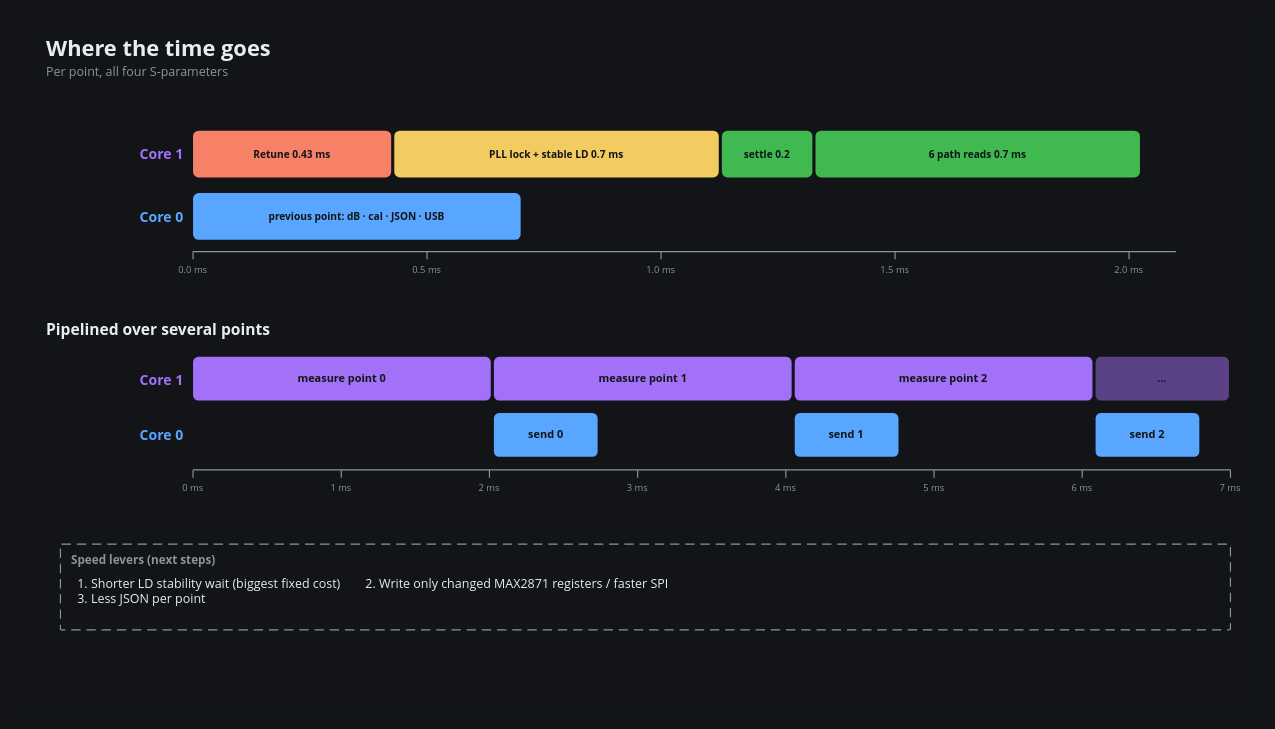
Earlier version of the draw.io diagram docs/presentation/diagrams/fw-06-point-timing.drawio (ml3rc/SNA). Source tidied: cells renumbered, new cells numbered last; positions are measured from the earlier drawing's top-left corner, leaving out a move shared by most shapes. Both pictures are drawn from the tidied source at 78%, with x=0, y=0 at pixel (13, 13).
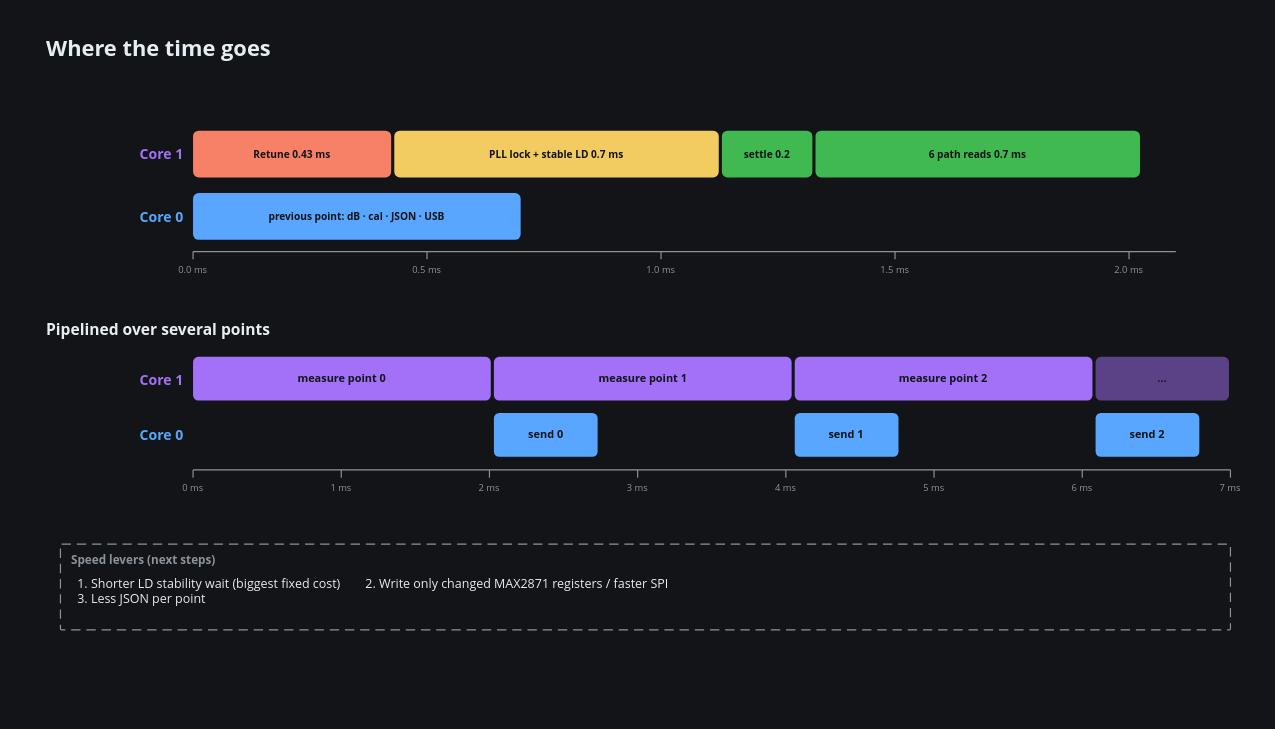
The same page after the edit.

What changed in the source:
```diff
@@
-    <mxCell id="5" value="Per point, all four S-parameters" style="text;html=1;whiteSpace=wrap;strokeColor=none;fillColor=none;fontColor=#8B949E;fontFamily=Segoe UI;fontSize=16;fontStyle=0;align=left;verticalAlign=middle;" parent="1" vertex="1">
-      <mxGeometry x="40" y="62" width="1520" height="26" as="geometry" />
-    </mxCell>
```
